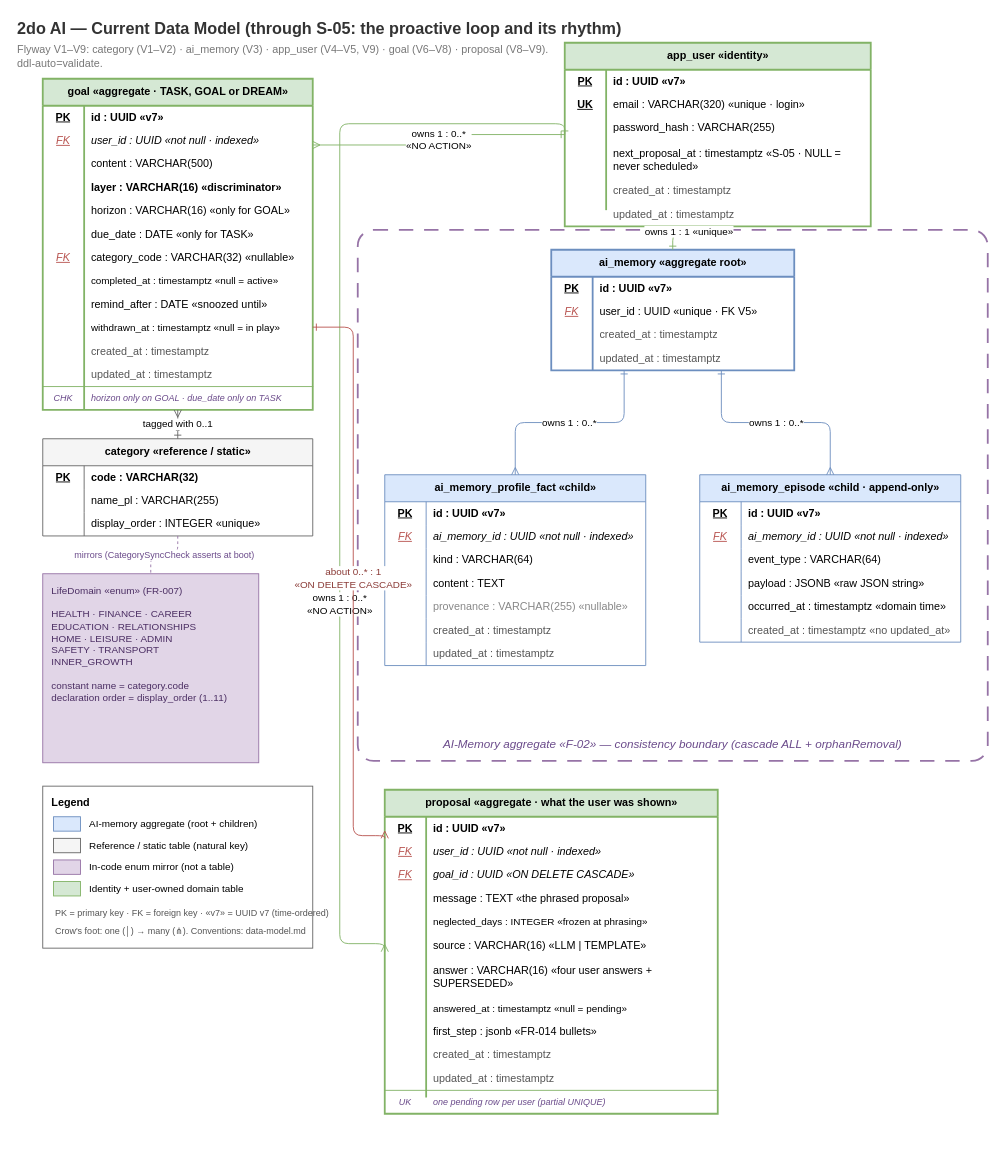
TheDariusz/2doai keeps this draw.io diagram as context/foundation/data-model-current.drawio. Above is the earlier version. Source tidied: cells renumbered, new cells numbered last; positions are measured from the earlier drawing's top-left corner, leaving out a move shared by most shapes. Both pictures are drawn from the tidied source at 90%, with x=0, y=0 at pixel (15, 15).
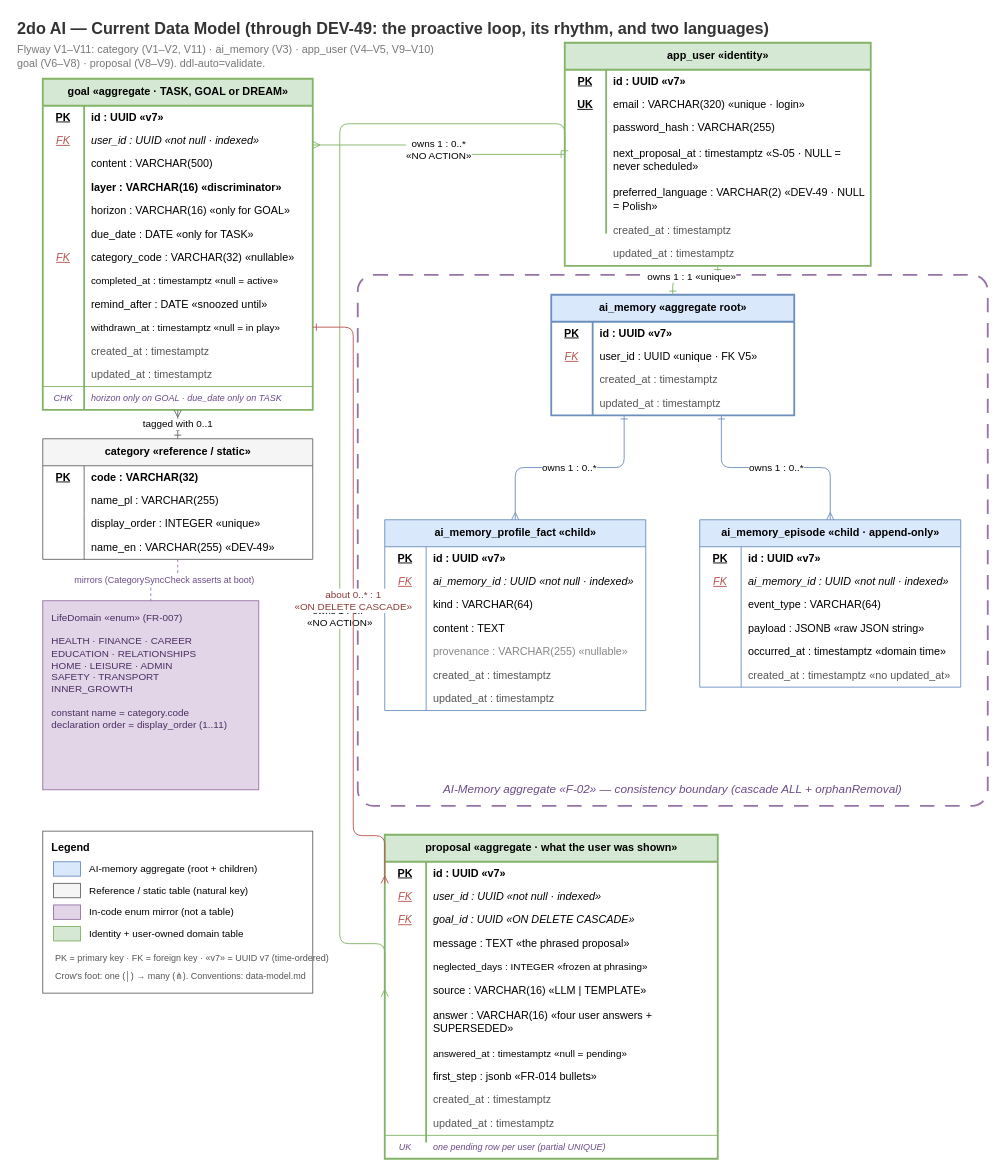
Above is the later version.

Change to the diagram source:
```diff
@@
-    <mxCell id="2" value="2do AI — Current Data Model (through S-05: the proactive loop and its rhythm)" style="text;html=1;align=left;verticalAlign=middle;fontSize=18;fontStyle=1;fontColor=#333333;" parent="1" vertex="1">
+    <mxCell id="2" value="2do AI — Current Data Model (through DEV-49: the proactive loop, its rhythm, and two languages)" style="text;html=1;align=left;verticalAlign=middle;fontSize=18;fontStyle=1;fontColor=#333333;" parent="1" vertex="1">
       <mxGeometry width="760" height="30" as="geometry" />
     </mxCell>
-    <mxCell id="3" value="Flyway V1–V9:  category (V1–V2) · ai_memory (V3) · app_user (V4–V5, V9) · goal (V6–V8) · proposal (V8–V9).&#10;ddl-auto=validate." style="text;html=1;align=left;verticalAlign=middle;fontSize=12;fontColor=#777777;" parent="1" vertex="1">
+    <mxCell id="3" value="Flyway V1–V11:  category (V1–V2, V11) · ai_memory (V3) · app_user (V4–V5, V9–V10)&#10;goal (V6–V8) · proposal (V8–V9).   ddl-auto=validate." style="text;html=1;align=left;verticalAlign=middle;fontSize=12;fontColor=#777777;" parent="1" vertex="1">
       <mxGeometry y="28" width="600" height="34" as="geometry" />
     </mxCell>
     <mxCell id="4" value="AI-Memory aggregate  «F-02»  —  consistency boundary  (cascade ALL + orphanRemoval)" style="rounded=1;arcSize=3;whiteSpace=wrap;html=1;dashed=1;dashPattern=8 6;strokeColor=#9673a6;strokeWidth=2;fillColor=none;fontStyle=2;fontColor=#6a4a8a;fontSize=13;verticalAlign=bottom;spacingBottom=8;" parent="1" vertex="1">
-      <mxGeometry x="380" y="238" width="700" height="590" as="geometry" />
+      <mxGeometry x="380" y="288" width="700" height="590" as="geometry" />
     </mxCell>
     <mxCell id="5" value="category  «reference / static»" style="shape=table;startSize=30;childLayout=tableLayout;rowLines=0;fontStyle=1;align=center;strokeColor=#666666;fillColor=#f5f5f5;html=1;" parent="1" vertex="1">
-      <mxGeometry x="30" y="470" width="300" height="108" as="geometry" />
+      <mxGeometry x="30" y="470" width="300" height="134" as="geometry" />
     </mxCell>
@@
+    <mxCell id="185" style="shape=tableRow;horizontal=0;startSize=0;swimlaneHead=0;swimlaneBody=0;strokeColor=inherit;top=0;left=0;right=0;bottom=0;fillColor=none;fontSize=12;" parent="5" vertex="1">
+      <mxGeometry y="108" width="300" height="26" as="geometry" />
+    </mxCell>
+    <mxCell id="186" style="shape=partialRectangle;html=1;whiteSpace=wrap;strokeColor=inherit;overflow=hidden;fillColor=none;top=0;left=0;bottom=0;right=0;" parent="185" vertex="1">
+      <mxGeometry width="46" height="26" as="geometry" />
+    </mxCell>
+    <mxCell id="187" value="name_en : VARCHAR(255)  «DEV-49»" style="shape=partialRectangle;html=1;whiteSpace=wrap;strokeColor=inherit;overflow=hidden;fillColor=none;top=0;left=0;bottom=0;right=0;align=left;spacingLeft=6;" parent="185" vertex="1">
+      <mxGeometry x="46" width="254" height="26" as="geometry" />
+    </mxCell>
     <mxCell id="15" value="LifeDomain  «enum»  (FR-007)&#10;&#10;HEALTH · FINANCE · CAREER&#10;EDUCATION · RELATIONSHIPS&#10;HOME · LEISURE · ADMIN&#10;SAFETY · TRANSPORT&#10;INNER_GROWTH&#10;&#10;constant name  =  category.code&#10;declaration order  =  display_order (1..11)" style="rounded=0;whiteSpace=wrap;html=1;fillColor=#e1d5e7;strokeColor=#9673a6;fontColor=#4b2e63;align=left;verticalAlign=top;spacingLeft=8;spacingTop=6;fontSize=11;" parent="1" vertex="1">
-      <mxGeometry x="30" y="620" width="240" height="210" as="geometry" />
+      <mxGeometry x="30" y="650" width="240" height="210" as="geometry" />
     </mxCell>
     <mxCell id="16" value="app_user  «identity»" style="shape=table;startSize=30;childLayout=tableLayout;rowLines=0;fontStyle=1;align=center;strokeColor=#82b366;strokeWidth=2;fillColor=#d5e8d4;html=1;" parent="1" vertex="1">
-      <mxGeometry x="610" y="30" width="340" height="204" as="geometry" />
+      <mxGeometry x="610" y="30" width="340" height="248" as="geometry" />
     </mxCell>
@@
+    <mxCell id="188" style="shape=tableRow;horizontal=0;startSize=0;swimlaneHead=0;swimlaneBody=0;strokeColor=inherit;top=0;left=0;right=0;bottom=0;fillColor=none;fontSize=12;" parent="16" vertex="1">
+      <mxGeometry y="152" width="340" height="44" as="geometry" />
+    </mxCell>
+    <mxCell id="189" style="shape=partialRectangle;html=1;whiteSpace=wrap;strokeColor=inherit;overflow=hidden;fillColor=none;top=0;left=0;bottom=0;right=0;" parent="188" vertex="1">
+      <mxGeometry width="46" height="26" as="geometry" />
+    </mxCell>
+    <mxCell id="190" value="preferred_language : VARCHAR(2)  «DEV-49 · NULL = Polish»" style="shape=partialRectangle;html=1;whiteSpace=wrap;strokeColor=inherit;overflow=hidden;fillColor=none;top=0;left=0;bottom=0;right=0;align=left;spacingLeft=6;" parent="188" vertex="1">
+      <mxGeometry x="46" width="294" height="44" as="geometry" />
+    </mxCell>
     <mxCell id="29" style="shape=tableRow;horizontal=0;startSize=0;swimlaneHead=0;swimlaneBody=0;strokeColor=inherit;top=0;left=0;right=0;bottom=0;fillColor=none;fontSize=12;" parent="16" vertex="1">
-      <mxGeometry y="152" width="340" height="26" as="geometry" />
+      <mxGeometry y="196" width="340" height="26" as="geometry" />
     </mxCell>
@@
     <mxCell id="32" style="shape=tableRow;horizontal=0;startSize=0;swimlaneHead=0;swimlaneBody=0;strokeColor=inherit;top=0;left=0;right=0;bottom=0;fillColor=none;fontSize=12;" parent="16" vertex="1">
-      <mxGeometry y="178" width="340" height="26" as="geometry" />
+      <mxGeometry y="222" width="340" height="26" as="geometry" />
     </mxCell>
@@
     <mxCell id="75" value="ai_memory  «aggregate root»" style="shape=table;startSize=30;childLayout=tableLayout;rowLines=0;fontStyle=1;align=center;strokeColor=#6c8ebf;strokeWidth=2;fillColor=#dae8fc;html=1;" parent="1" vertex="1">
-      <mxGeometry x="595" y="260" width="270" height="134" as="geometry" />
+      <mxGeometry x="595" y="310" width="270" height="134" as="geometry" />
     </mxCell>
@@
     <mxCell id="88" value="ai_memory_profile_fact  «child»" style="shape=table;startSize=30;childLayout=tableLayout;rowLines=0;fontStyle=1;align=center;strokeColor=#6c8ebf;fillColor=#dae8fc;html=1;" parent="1" vertex="1">
-      <mxGeometry x="410" y="510" width="290" height="212" as="geometry" />
+      <mxGeometry x="410" y="560" width="290" height="212" as="geometry" />
     </mxCell>
@@
     <mxCell id="110" value="ai_memory_episode  «child · append-only»" style="shape=table;startSize=30;childLayout=tableLayout;rowLines=0;fontStyle=1;align=center;strokeColor=#6c8ebf;fillColor=#dae8fc;html=1;" parent="1" vertex="1">
-      <mxGeometry x="760" y="510" width="290" height="186" as="geometry" />
+      <mxGeometry x="760" y="560" width="290" height="186" as="geometry" />
     </mxCell>
@@
     <mxCell id="135" value="proposal  «aggregate · what the user was shown»" style="shape=table;startSize=30;childLayout=tableLayout;rowLines=0;fontStyle=1;align=center;strokeColor=#82b366;strokeWidth=2;fillColor=#d5e8d4;html=1;" parent="1" vertex="1">
-      <mxGeometry x="410" y="860" width="370" height="360" as="geometry" />
+      <mxGeometry x="410" y="910" width="370" height="360" as="geometry" />
     </mxCell>
@@
     <mxCell id="174" value="Legend" style="rounded=0;whiteSpace=wrap;html=1;fillColor=none;strokeColor=#666666;verticalAlign=top;fontStyle=1;align=left;spacingLeft=8;spacingTop=4;" parent="1" vertex="1">
-      <mxGeometry x="30" y="856" width="300" height="180" as="geometry" />
+      <mxGeometry x="30" y="906" width="300" height="180" as="geometry" />
     </mxCell>
```
